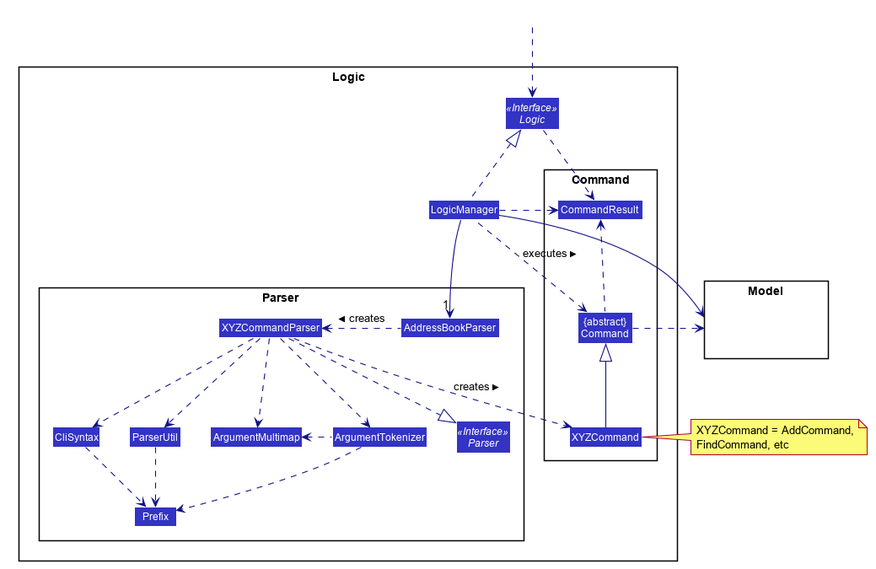
The PlantUML diagram docs/images/LogicClassDiagram.png in nus-cs2103-AY2021S2/tp, before a commit.
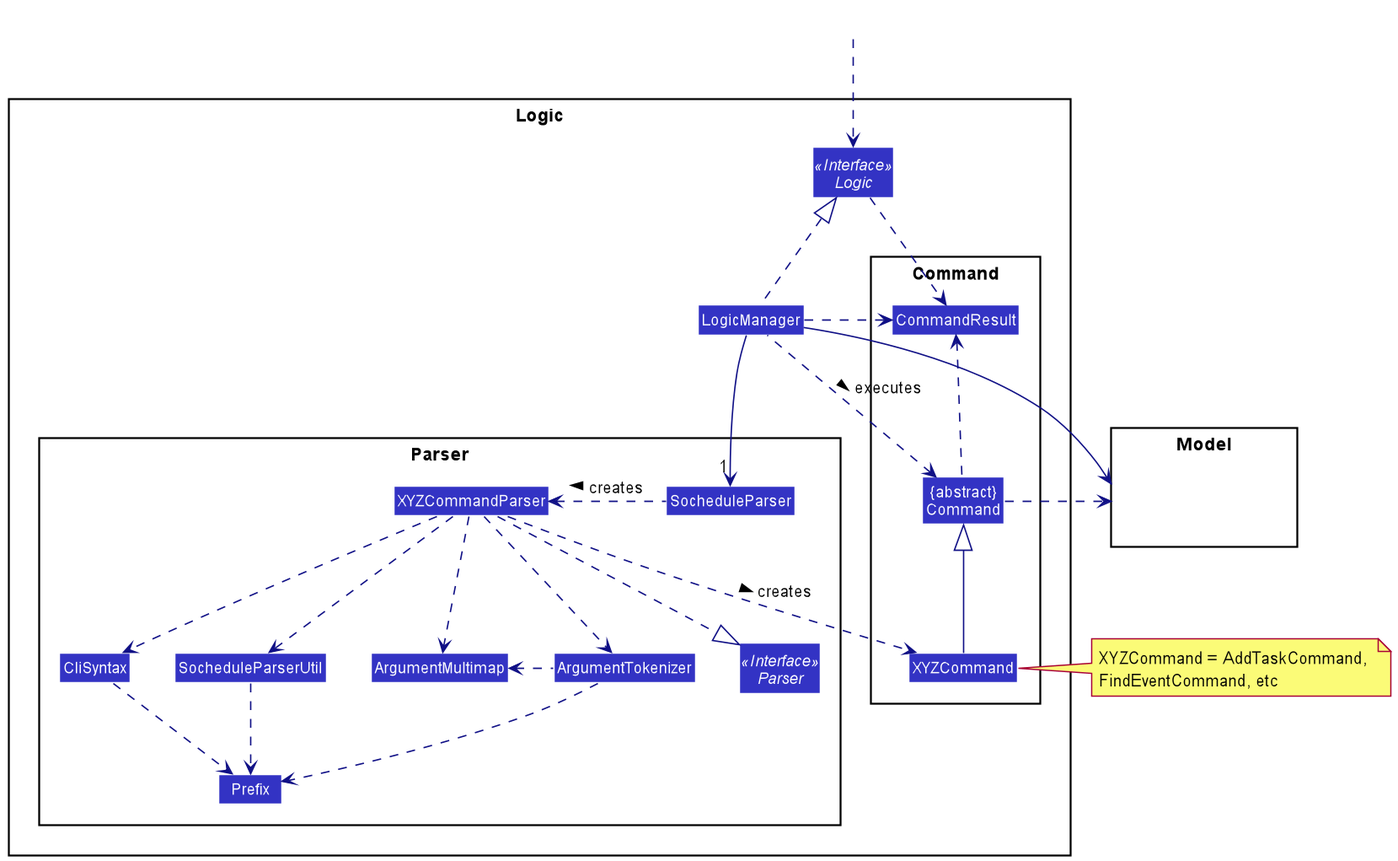
Above is the later version.

Commit message:
Update DG with new Logic Diagram

The edit, as a diff of the source:
```diff
@@ -1,64 +1,17 @@
 @startuml
-
-
-
-
-
-
-
-
-skinparam BackgroundColor #FFFFFFF
-
-skinparam Shadowing false
-
-skinparam Class {
-    FontColor #FFFFFF
-    BorderThickness 1
-    BorderColor #FFFFFF
-    StereotypeFontColor #FFFFFF
-    FontName Arial
-}
-
-skinparam Actor {
-    BorderColor #000000
-    Color #000000
-    FontName Arial
-}
-
-skinparam Sequence {
-    MessageAlign center
-    BoxFontSize 15
-    BoxPadding 0
-    BoxFontColor #FFFFFF
-    FontName Arial
-}
-
-skinparam Participant {
-    FontColor #FFFFFFF
-    Padding 20
-}
-
-skinparam MinClassWidth 50
-skinparam ParticipantPadding 10
-skinparam Shadowing false
-skinparam DefaultTextAlignment center
-skinparam packageStyle Rectangle
-
-hide footbox
-hide members
-hide circle
+!include style.puml
 skinparam arrowThickness 1.1
-skinparam arrowColor #101086
-skinparam classBackgroundColor #3333C4
+skinparam arrowColor LOGIC_COLOR_T4
+skinparam classBackgroundColor LOGIC_COLOR
 
 package Logic {
 
 package Parser {
 Interface Parser <<Interface>>
-Class AddressBookParser
+Class SocheduleParser
 Class XYZCommandParser
 Class CliSyntax
-Class ParserUtil
+Class SocheduleParserUtil
 Class ArgumentMultimap
 Class ArgumentTokenizer
 Class Prefix
@@ -82,8 +35,8 @@
 HiddenOutside ..> Logic
 
 LogicManager .up.|> Logic
-LogicManager -->"1" AddressBookParser
-AddressBookParser .left.> XYZCommandParser: creates >
+LogicManager -->"1" SocheduleParser
+SocheduleParser .left.> XYZCommandParser: creates >
 
 XYZCommandParser ..> XYZCommand : creates >
 XYZCommandParser ..|> Parser
@@ -92,15 +45,15 @@
 ArgumentTokenizer .left.> ArgumentMultimap
 XYZCommandParser ..> CliSyntax
 CliSyntax ..> Prefix
-XYZCommandParser ..> ParserUtil
-ParserUtil .down.> Prefix
+XYZCommandParser ..> SocheduleParserUtil
+SocheduleParserUtil .down.> Prefix
 ArgumentTokenizer .down.> Prefix
 XYZCommand -up-|> Command
 LogicManager .left.> Command : executes >
 
 LogicManager --> Model
 Command .right.> Model
-note right of XYZCommand: XYZCommand = AddCommand, \nFindCommand, etc
+note right of XYZCommand: XYZCommand = AddTaskCommand, \nFindEventCommand, etc
 
 Logic ..> CommandResult
 LogicManager .down.> CommandResult
```
